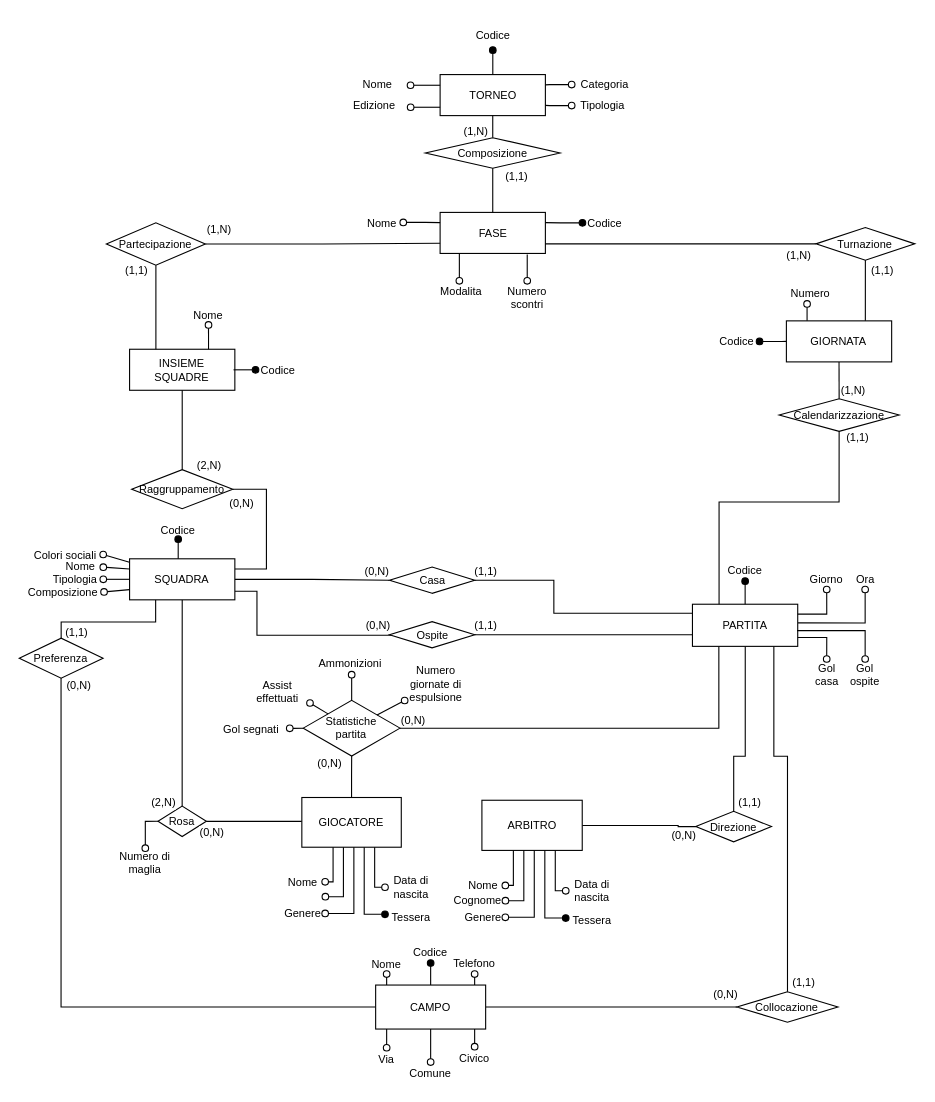
This is page "Logic" (2 of 4) of bdsi-prog-2023.drawio from dichohnf/bdsi_2022-23, a draw.io file, before an edit. Source tidied: cells renumbered, new cells numbered last; positions are measured from the earlier drawing's top-left corner, leaving out a move shared by most shapes. Both pictures are drawn from the tidied source at 110%, with x=0, y=0 at pixel (19, 19).
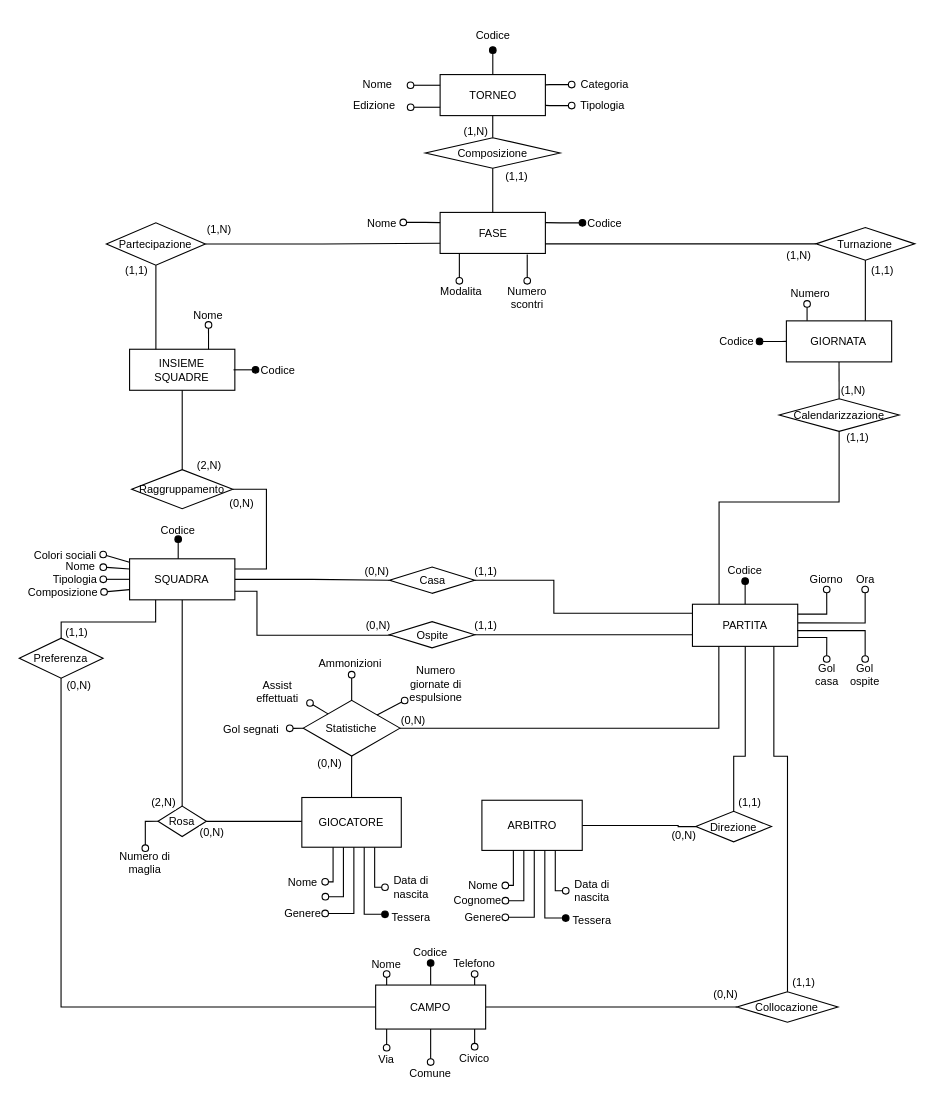
After the change.

The change refers to these unchanged cells:
```xml
<mxCell id="42" style="group;fontSize=10;" parent="1" vertex="1">
  <mxGeometry x="258.2" y="606.2" width="88" height="69.8" as="geometry" />
</mxCell>
```

Change to the diagram source:
```diff
@@
-    <mxCell id="43" value="Statistiche&lt;br&gt;partita" style="shape=rhombus;perimeter=rhombusPerimeter;whiteSpace=wrap;html=1;align=center;rotation=0;direction=south;rounded=0;fontSize=10;" parent="42" vertex="1">
+    <mxCell id="43" value="Statistiche" style="shape=rhombus;perimeter=rhombusPerimeter;whiteSpace=wrap;html=1;align=center;rotation=0;direction=south;rounded=0;fontSize=10;" parent="42" vertex="1">
       <mxGeometry y="12.9" width="88" height="50.7" as="geometry" />
     </mxCell>
```
